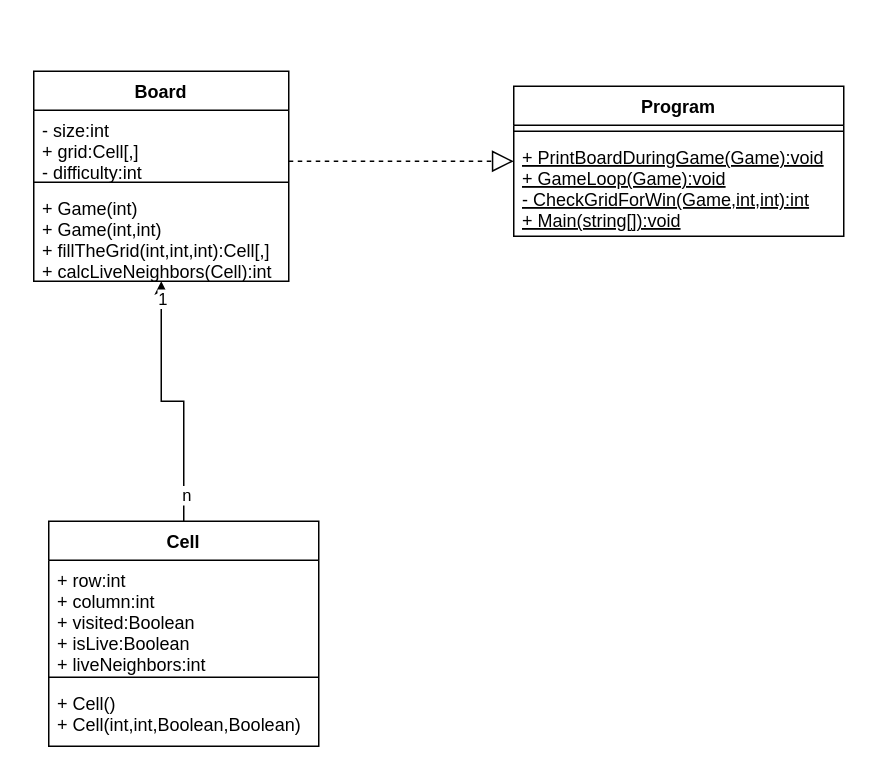
Before: milestone3_uml_mmelichar.drawio in bynarywow/cst250, a draw.io diagram. Source tidied: cells renumbered, new cells numbered last; positions are measured from the earlier drawing's top-left corner, leaving out a move shared by most shapes. Both pictures are drawn from the tidied source at 150%, with x=0, y=0 at pixel (33, 70).
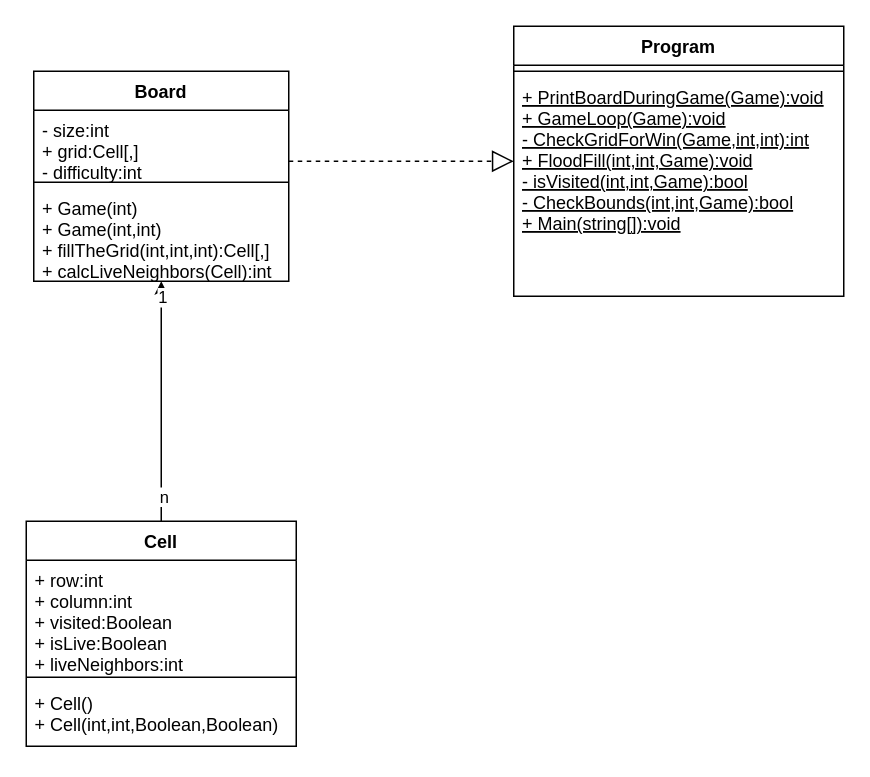
The same diagram, later.

The edit, as a diff of the source:
```diff
@@
 <mxGraphModel>
   <root>
     <mxCell id="0" />
     <mxCell id="1" parent="0" />
     <mxCell id="2" value="Cell" style="swimlane;fontStyle=1;align=center;verticalAlign=top;horizontal=1;startSize=26;" parent="1" vertex="1">
-      <mxGeometry x="10" y="300" width="180" height="150" as="geometry" />
+      <mxGeometry x="-5" y="300" width="180" height="150" as="geometry" />
     </mxCell>
     <mxCell id="3" value="+ row:int&#10;+ column:int&#10;+ visited:Boolean&#10;+ isLive:Boolean&#10;+ liveNeighbors:int" style="text;strokeColor=none;fillColor=none;align=left;verticalAlign=top;spacingLeft=4;spacingRight=4;overflow=hidden;" parent="2" vertex="1">
       <mxGeometry y="26" width="180" height="74" as="geometry" />
     </mxCell>
     <mxCell id="4" style="line;strokeWidth=1;fillColor=none;align=left;verticalAlign=middle;spacingTop=-1;spacingLeft=3;spacingRight=3;labelPosition=right;" parent="2" vertex="1">
       <mxGeometry y="100" width="180" height="8" as="geometry" />
     </mxCell>
     <mxCell id="5" value="+ Cell()&#10;+ Cell(int,int,Boolean,Boolean)" style="text;strokeColor=none;fillColor=none;align=left;verticalAlign=top;spacingLeft=4;spacingRight=4;overflow=hidden;" parent="2" vertex="1">
       <mxGeometry y="108" width="180" height="42" as="geometry" />
     </mxCell>
     <mxCell id="6" value="Board" style="swimlane;fontStyle=1;align=center;verticalAlign=top;horizontal=1;startSize=26;" parent="1" vertex="1">
       <mxGeometry width="170" height="140" as="geometry" />
     </mxCell>
     <mxCell id="7" value="- size:int&#10;+ grid:Cell[,]&#10;- difficulty:int" style="text;strokeColor=none;fillColor=none;align=left;verticalAlign=top;spacingLeft=4;spacingRight=4;overflow=hidden;" parent="6" vertex="1">
       <mxGeometry y="26" width="170" height="44" as="geometry" />
     </mxCell>
     <mxCell id="8" style="line;strokeWidth=1;fillColor=none;align=left;verticalAlign=middle;spacingTop=-1;spacingLeft=3;spacingRight=3;labelPosition=right;" parent="6" vertex="1">
       <mxGeometry y="70" width="170" height="8" as="geometry" />
     </mxCell>
     <mxCell id="9" value="+ Game(int)&#10;+ Game(int,int)&#10;+ fillTheGrid(int,int,int):Cell[,]&#10;+ calcLiveNeighbors(Cell):int&#10;" style="text;strokeColor=none;fillColor=none;align=left;verticalAlign=top;spacingLeft=4;spacingRight=4;overflow=hidden;fontStyle=0;" parent="6" vertex="1">
       <mxGeometry y="78" width="170" height="62" as="geometry" />
     </mxCell>
     <mxCell id="10" value="Program" style="swimlane;fontStyle=1;align=center;verticalAlign=top;horizontal=1;startSize=26;" parent="1" vertex="1">
-      <mxGeometry x="320" y="10" width="220" height="100" as="geometry" />
+      <mxGeometry x="320" y="-30" width="220" height="180" as="geometry" />
     </mxCell>
     <mxCell id="11" style="line;strokeWidth=1;fillColor=none;align=left;verticalAlign=middle;spacingTop=-1;spacingLeft=3;spacingRight=3;labelPosition=right;" parent="10" vertex="1">
       <mxGeometry y="26" width="220" height="8" as="geometry" />
     </mxCell>
-    <mxCell id="12" value="+ PrintBoardDuringGame(Game):void&#10;+ GameLoop(Game):void&#10;- CheckGridForWin(Game,int,int):int&#10;+ Main(string[]):void" style="text;strokeColor=none;fillColor=none;align=left;verticalAlign=top;spacingLeft=4;spacingRight=4;overflow=hidden;fontStyle=4;" parent="10" vertex="1">
-      <mxGeometry y="34" width="220" height="66" as="geometry" />
+    <mxCell id="12" value="+ PrintBoardDuringGame(Game):void&#10;+ GameLoop(Game):void&#10;- CheckGridForWin(Game,int,int):int&#10;+ FloodFill(int,int,Game):void&#10;- isVisited(int,int,Game):bool&#10;- CheckBounds(int,int,Game):bool&#10;+ Main(string[]):void" style="text;strokeColor=none;fillColor=none;align=left;verticalAlign=top;spacingLeft=4;spacingRight=4;overflow=hidden;fontStyle=4;" parent="10" vertex="1">
+      <mxGeometry y="34" width="220" height="146" as="geometry" />
     </mxCell>
     <mxCell id="13" style="edgeStyle=orthogonalEdgeStyle;rounded=0;jettySize=auto;html=1;exitX=0.5;exitY=0;exitDx=0;exitDy=0;" parent="1" edge="1" source="2" target="6">
       <mxGeometry relative="1" as="geometry" />
     </mxCell>
     <mxCell id="14" value="n" style="edgeLabel;html=1;align=center;verticalAlign=middle;" parent="13" vertex="1">
       <mxGeometry x="-0.79" y="-1" relative="1" as="geometry" />
     </mxCell>
     <mxCell id="15" value="1" style="edgeLabel;html=1;align=center;verticalAlign=middle;" parent="13" vertex="1">
       <mxGeometry x="0.87" relative="1" as="geometry" />
     </mxCell>
     <mxCell id="16" style="endArrow=block;dashed=1;endFill=0;endSize=12;html=1;rounded=0;" parent="1" edge="1" target="10">
       <mxGeometry relative="1" as="geometry">
         <mxPoint x="170" y="60" as="sourcePoint" />
         <Array as="points">
           <mxPoint x="250" y="60" />
         </Array>
       </mxGeometry>
     </mxCell>
   </root>
 </mxGraphModel>
```
